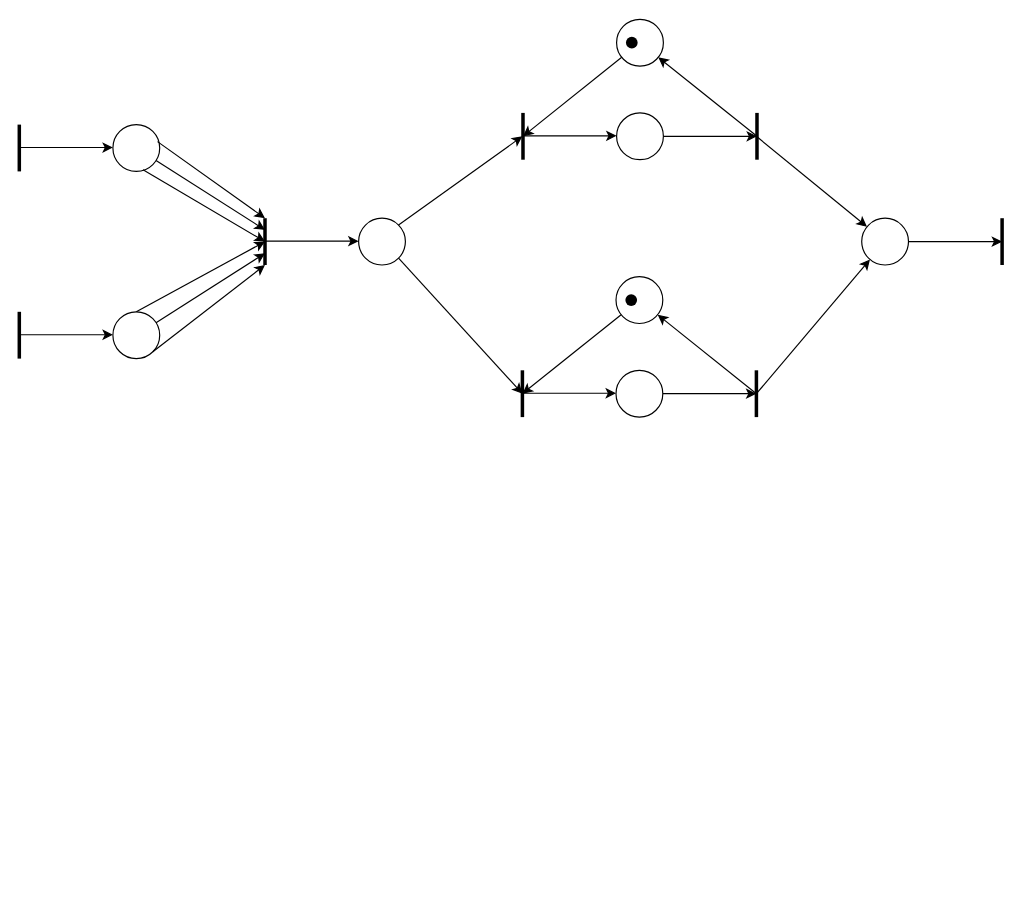
mvalleym/ing_software1 keeps this draw.io diagram as RP examen.drawio. Above is the earlier version. Source tidied: cells renumbered, new cells numbered last; positions are measured from the earlier drawing's top-left corner, leaving out a move shared by most shapes. Both pictures are drawn from the tidied source at 117%, with x=0, y=0 at pixel (19, 19).
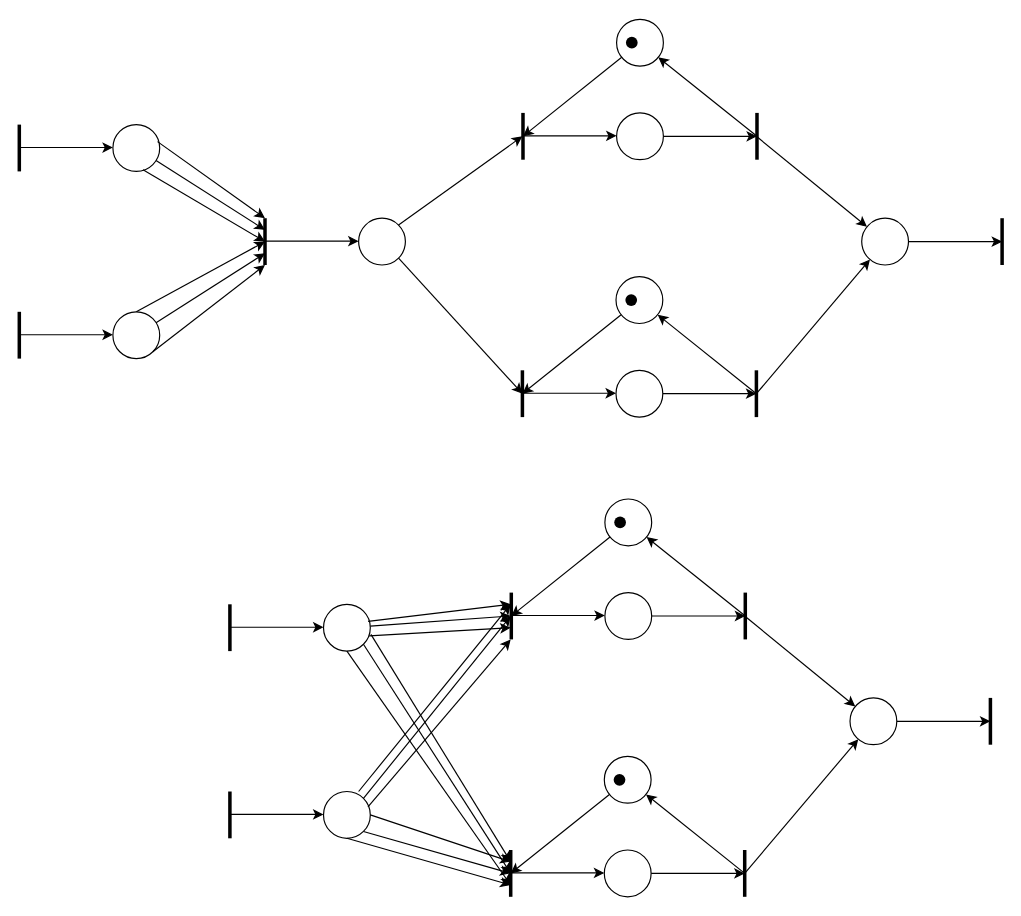
Above is the later version.

What changed in the source:
```diff
@@
+    <mxCell id="42" style="edgeStyle=none;rounded=0;jettySize=auto;html=1;strokeWidth=1;" parent="1" edge="1" source="43">
+      <mxGeometry relative="1" as="geometry">
+        <mxPoint x="620.5" y="510" as="targetPoint" />
+      </mxGeometry>
+    </mxCell>
+    <mxCell id="43" style="ellipse;whiteSpace=wrap;html=1;" parent="1" vertex="1">
+      <mxGeometry x="500.5" y="490" width="40" height="40" as="geometry" />
+    </mxCell>
+    <mxCell id="44" style="endArrow=none;html=1;strokeWidth=3;" parent="1" edge="1">
+      <mxGeometry relative="1" as="geometry">
+        <mxPoint x="420.5" y="530" as="sourcePoint" />
+        <mxPoint x="420.5" y="490" as="targetPoint" />
+      </mxGeometry>
+    </mxCell>
+    <mxCell id="45" style="ellipse;whiteSpace=wrap;html=1;" parent="1" vertex="1">
+      <mxGeometry x="500.5" y="410" width="40" height="40" as="geometry" />
+    </mxCell>
+    <mxCell id="46" style="endArrow=none;html=1;strokeWidth=3;" parent="1" edge="1">
+      <mxGeometry relative="1" as="geometry">
+        <mxPoint x="620.5" y="530" as="sourcePoint" />
+        <mxPoint x="620.5" y="490" as="targetPoint" />
+      </mxGeometry>
+    </mxCell>
+    <mxCell id="47" style="edgeStyle=none;rounded=0;jettySize=auto;html=1;strokeWidth=1;" parent="1" edge="1" target="45">
+      <mxGeometry relative="1" as="geometry">
+        <mxPoint x="620.5" y="510" as="sourcePoint" />
+      </mxGeometry>
+    </mxCell>
+    <mxCell id="48" style="edgeStyle=none;rounded=0;jettySize=auto;html=1;strokeWidth=1;" parent="1" edge="1" source="45">
+      <mxGeometry relative="1" as="geometry">
+        <mxPoint x="420.5" y="510" as="targetPoint" />
+      </mxGeometry>
+    </mxCell>
+    <mxCell id="49" style="endArrow=classic;html=1;strokeWidth=1;" parent="1" edge="1">
+      <mxGeometry relative="1" as="geometry">
+        <mxPoint x="420.5" y="509.6" as="sourcePoint" />
+        <mxPoint x="500.5" y="509.6" as="targetPoint" />
+      </mxGeometry>
+    </mxCell>
+    <mxCell id="50" style="ellipse;whiteSpace=wrap;html=1;fillColor=#000000;strokeColor=none;" parent="1" vertex="1">
+      <mxGeometry x="508.5" y="425" width="10" height="10" as="geometry" />
+    </mxCell>
+    <mxCell id="51" style="edgeStyle=none;rounded=0;jettySize=auto;html=1;strokeWidth=1;" parent="1" edge="1" source="52">
+      <mxGeometry relative="1" as="geometry">
+        <mxPoint x="620" y="730" as="targetPoint" />
+      </mxGeometry>
+    </mxCell>
+    <mxCell id="52" style="ellipse;whiteSpace=wrap;html=1;" parent="1" vertex="1">
+      <mxGeometry x="500" y="710" width="40" height="40" as="geometry" />
+    </mxCell>
+    <mxCell id="53" style="endArrow=none;html=1;strokeWidth=3;" parent="1" edge="1">
+      <mxGeometry relative="1" as="geometry">
+        <mxPoint x="420" y="750" as="sourcePoint" />
+        <mxPoint x="420" y="710" as="targetPoint" />
+      </mxGeometry>
+    </mxCell>
+    <mxCell id="54" style="ellipse;whiteSpace=wrap;html=1;" parent="1" vertex="1">
+      <mxGeometry x="500" y="630" width="40" height="40" as="geometry" />
+    </mxCell>
+    <mxCell id="55" style="endArrow=none;html=1;strokeWidth=3;" parent="1" edge="1">
+      <mxGeometry relative="1" as="geometry">
+        <mxPoint x="620" y="750" as="sourcePoint" />
+        <mxPoint x="620" y="710" as="targetPoint" />
+      </mxGeometry>
+    </mxCell>
+    <mxCell id="56" style="edgeStyle=none;rounded=0;jettySize=auto;html=1;strokeWidth=1;" parent="1" edge="1" target="54">
+      <mxGeometry relative="1" as="geometry">
+        <mxPoint x="620" y="730" as="sourcePoint" />
+      </mxGeometry>
+    </mxCell>
+    <mxCell id="57" style="edgeStyle=none;rounded=0;jettySize=auto;html=1;strokeWidth=1;" parent="1" edge="1" source="54">
+      <mxGeometry relative="1" as="geometry">
+        <mxPoint x="420" y="730" as="targetPoint" />
+      </mxGeometry>
+    </mxCell>
+    <mxCell id="58" style="endArrow=classic;html=1;strokeWidth=1;" parent="1" edge="1">
+      <mxGeometry relative="1" as="geometry">
+        <mxPoint x="420" y="729.6" as="sourcePoint" />
+        <mxPoint x="500" y="729.6" as="targetPoint" />
+      </mxGeometry>
+    </mxCell>
+    <mxCell id="59" style="ellipse;whiteSpace=wrap;html=1;fillColor=#000000;strokeColor=none;" parent="1" vertex="1">
+      <mxGeometry x="508" y="645" width="10" height="10" as="geometry" />
+    </mxCell>
+    <mxCell id="60" style="edgeStyle=none;rounded=0;jettySize=auto;html=1;strokeWidth=1;" parent="1" edge="1" source="61">
+      <mxGeometry relative="1" as="geometry">
+        <mxPoint x="420" y="510" as="targetPoint" />
+      </mxGeometry>
+    </mxCell>
+    <mxCell id="61" style="ellipse;whiteSpace=wrap;html=1;" parent="1" vertex="1">
+      <mxGeometry x="260" y="500" width="40" height="40" as="geometry" />
+    </mxCell>
+    <mxCell id="62" style="endArrow=none;html=1;strokeWidth=3;" parent="1" edge="1">
+      <mxGeometry relative="1" as="geometry">
+        <mxPoint x="180" y="540" as="sourcePoint" />
+        <mxPoint x="180" y="500" as="targetPoint" />
+      </mxGeometry>
+    </mxCell>
+    <mxCell id="63" style="endArrow=classic;html=1;strokeWidth=1;" parent="1" edge="1">
+      <mxGeometry relative="1" as="geometry">
+        <mxPoint x="180" y="519.6" as="sourcePoint" />
+        <mxPoint x="260" y="519.6" as="targetPoint" />
+      </mxGeometry>
+    </mxCell>
+    <mxCell id="64" style="edgeStyle=none;rounded=0;jettySize=auto;html=1;strokeWidth=1;exitX=1;exitY=1;exitDx=0;exitDy=0;" parent="1" edge="1" source="65">
+      <mxGeometry relative="1" as="geometry">
+        <mxPoint x="420" y="730" as="targetPoint" />
+      </mxGeometry>
+    </mxCell>
+    <mxCell id="65" style="ellipse;whiteSpace=wrap;html=1;" parent="1" vertex="1">
+      <mxGeometry x="260" y="660" width="40" height="40" as="geometry" />
+    </mxCell>
+    <mxCell id="66" style="endArrow=none;html=1;strokeWidth=3;" parent="1" edge="1">
+      <mxGeometry relative="1" as="geometry">
+        <mxPoint x="180" y="700" as="sourcePoint" />
+        <mxPoint x="180" y="660" as="targetPoint" />
+      </mxGeometry>
+    </mxCell>
+    <mxCell id="67" style="endArrow=classic;html=1;strokeWidth=1;" parent="1" edge="1">
+      <mxGeometry relative="1" as="geometry">
+        <mxPoint x="180" y="679.6" as="sourcePoint" />
+        <mxPoint x="260" y="679.6" as="targetPoint" />
+      </mxGeometry>
+    </mxCell>
+    <mxCell id="68" style="edgeStyle=none;rounded=0;jettySize=auto;html=1;strokeWidth=1;exitX=0.975;exitY=0.675;exitDx=0;exitDy=0;exitPerimeter=0;" parent="1" edge="1" source="61">
+      <mxGeometry relative="1" as="geometry">
+        <mxPoint x="420" y="520" as="targetPoint" />
+      </mxGeometry>
+    </mxCell>
+    <mxCell id="69" style="edgeStyle=none;rounded=0;jettySize=auto;html=1;strokeWidth=1;exitX=0.953;exitY=0.364;exitDx=0;exitDy=0;exitPerimeter=0;" parent="1" edge="1" source="61">
+      <mxGeometry relative="1" as="geometry">
+        <mxPoint x="420" y="500" as="targetPoint" />
+      </mxGeometry>
+    </mxCell>
+    <mxCell id="70" style="edgeStyle=none;rounded=0;jettySize=auto;html=1;strokeWidth=1;exitX=0.5;exitY=1;exitDx=0;exitDy=0;" parent="1" edge="1" source="65">
+      <mxGeometry relative="1" as="geometry">
+        <mxPoint x="420" y="740" as="targetPoint" />
+      </mxGeometry>
+    </mxCell>
+    <mxCell id="71" style="edgeStyle=none;rounded=0;jettySize=auto;html=1;strokeWidth=1;exitX=1;exitY=0.5;exitDx=0;exitDy=0;" parent="1" edge="1" source="65">
+      <mxGeometry relative="1" as="geometry">
+        <mxPoint x="420" y="720" as="targetPoint" />
+      </mxGeometry>
+    </mxCell>
+    <mxCell id="72" style="edgeStyle=none;rounded=0;jettySize=auto;html=1;strokeWidth=1;" parent="1" edge="1" source="73">
+      <mxGeometry relative="1" as="geometry">
+        <mxPoint x="830" y="600" as="targetPoint" />
+      </mxGeometry>
+    </mxCell>
+    <mxCell id="73" style="ellipse;whiteSpace=wrap;html=1;" parent="1" vertex="1">
+      <mxGeometry x="710" y="580" width="40" height="40" as="geometry" />
+    </mxCell>
+    <mxCell id="74" style="endArrow=none;html=1;strokeWidth=3;" parent="1" edge="1">
+      <mxGeometry relative="1" as="geometry">
+        <mxPoint x="830" y="620" as="sourcePoint" />
+        <mxPoint x="830" y="580" as="targetPoint" />
+      </mxGeometry>
+    </mxCell>
+    <mxCell id="75" style="edgeStyle=none;rounded=0;jettySize=auto;html=1;strokeWidth=1;" parent="1" edge="1" target="73">
+      <mxGeometry relative="1" as="geometry">
+        <mxPoint x="620" y="730" as="sourcePoint" />
+      </mxGeometry>
+    </mxCell>
+    <mxCell id="76" style="edgeStyle=none;rounded=0;jettySize=auto;html=1;strokeWidth=1;" parent="1" edge="1" target="73">
+      <mxGeometry relative="1" as="geometry">
+        <mxPoint x="620" y="510" as="sourcePoint" />
+      </mxGeometry>
+    </mxCell>
+    <mxCell id="77" style="edgeStyle=none;rounded=0;jettySize=auto;html=1;strokeWidth=1;exitX=1;exitY=0;exitDx=0;exitDy=0;" parent="1" edge="1" source="65">
+      <mxGeometry relative="1" as="geometry">
+        <mxPoint x="420" y="510" as="targetPoint" />
+      </mxGeometry>
+    </mxCell>
+    <mxCell id="78" style="edgeStyle=none;rounded=0;jettySize=auto;html=1;strokeWidth=1;exitX=0.95;exitY=0.329;exitDx=0;exitDy=0;exitPerimeter=0;" parent="1" edge="1" source="65">
+      <mxGeometry relative="1" as="geometry">
+        <mxPoint x="420" y="530" as="targetPoint" />
+      </mxGeometry>
+    </mxCell>
+    <mxCell id="79" style="edgeStyle=none;rounded=0;jettySize=auto;html=1;strokeWidth=1;exitX=0.75;exitY=0;exitDx=0;exitDy=0;exitPerimeter=0;" parent="1" edge="1" source="65">
+      <mxGeometry relative="1" as="geometry">
+        <mxPoint x="420" y="500" as="targetPoint" />
+      </mxGeometry>
+    </mxCell>
+    <mxCell id="80" style="edgeStyle=none;rounded=0;jettySize=auto;html=1;strokeWidth=1;exitX=1.013;exitY=0.642;exitDx=0;exitDy=0;exitPerimeter=0;" parent="1" edge="1" source="61">
+      <mxGeometry relative="1" as="geometry">
+        <mxPoint x="420" y="720" as="targetPoint" />
+      </mxGeometry>
+    </mxCell>
+    <mxCell id="81" style="edgeStyle=none;rounded=0;jettySize=auto;html=1;strokeWidth=1;exitX=1;exitY=1;exitDx=0;exitDy=0;" parent="1" edge="1" source="61">
+      <mxGeometry relative="1" as="geometry">
+        <mxPoint x="420" y="730" as="targetPoint" />
+      </mxGeometry>
+    </mxCell>
+    <mxCell id="82" style="edgeStyle=none;rounded=0;jettySize=auto;html=1;strokeWidth=1;exitX=0.5;exitY=1;exitDx=0;exitDy=0;" parent="1" edge="1" source="61">
+      <mxGeometry relative="1" as="geometry">
+        <mxPoint x="420" y="740" as="targetPoint" />
+      </mxGeometry>
+    </mxCell>
```
